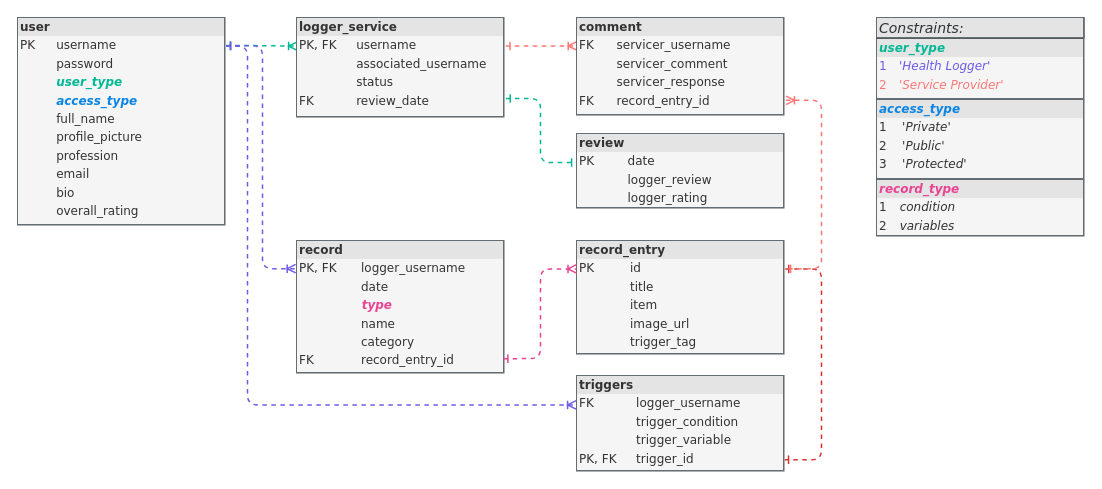
Before: diagrams/database/database_tables_relationships.drawio in mervin-njy/trigg-track-v2, a draw.io diagram. Source tidied: cells renumbered, new cells numbered last; positions are measured from the earlier drawing's top-left corner, leaving out a move shared by most shapes. Both pictures are drawn from the tidied source at 100%, with x=0, y=0 at pixel (17, 17).
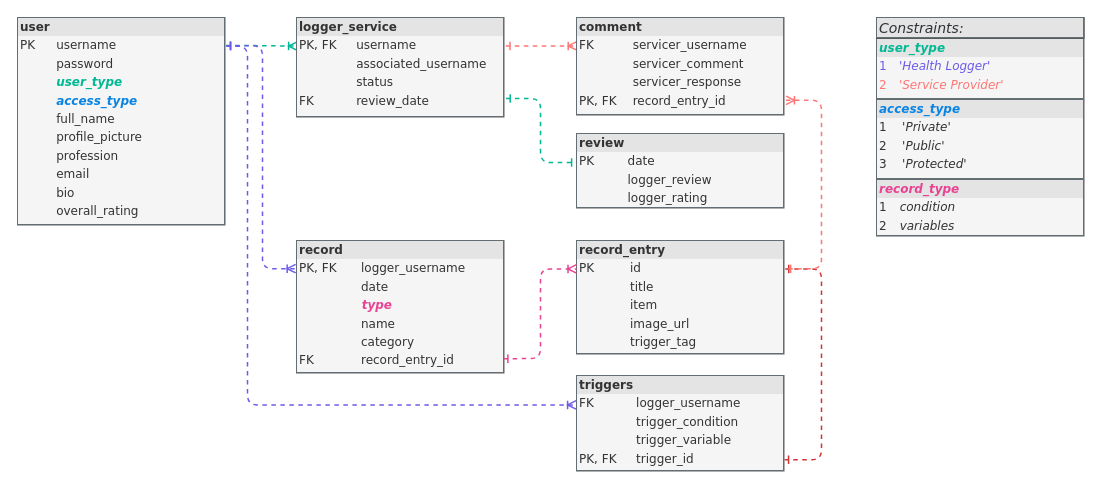
After the change.

Commit message (it also covers changes not shown here):
psql table creation: 6/7 done

The edit, as a diff of the source:
```diff
@@
-    <mxCell id="13" value="&lt;div style=&quot;box-sizing: border-box ; width: 100% ; background: #e4e4e4 ; padding: 2px&quot;&gt;&lt;b&gt;comment&lt;/b&gt;&lt;/div&gt;&lt;table style=&quot;width: 100% ; font-size: 1em&quot; cellpadding=&quot;2&quot; cellspacing=&quot;0&quot;&gt;&lt;tbody&gt;&lt;tr&gt;&lt;td&gt;FK&lt;/td&gt;&lt;td&gt;&amp;nbsp; &amp;nbsp;servicer_username&lt;/td&gt;&lt;/tr&gt;&lt;tr&gt;&lt;td&gt;&lt;br&gt;&lt;/td&gt;&lt;td&gt;&amp;nbsp; &amp;nbsp;servicer_comment&lt;/td&gt;&lt;/tr&gt;&lt;tr&gt;&lt;td&gt;&lt;br&gt;&lt;/td&gt;&lt;td&gt;&amp;nbsp; &amp;nbsp;servicer_response&lt;br&gt;&lt;/td&gt;&lt;/tr&gt;&lt;tr&gt;&lt;td&gt;FK&lt;/td&gt;&lt;td&gt;&amp;nbsp; &amp;nbsp;record_entry_id&lt;/td&gt;&lt;/tr&gt;&lt;/tbody&gt;&lt;/table&gt;" style="verticalAlign=top;align=left;overflow=fill;html=1;rounded=0;shadow=0;comic=0;labelBackgroundColor=none;strokeWidth=0.5;fontFamily=Verdana;fontSize=12;fillColor=#f5f5f5;strokeColor=#666666;fontColor=#333333;labelBorderColor=#636e72;" parent="1" vertex="1">
+    <mxCell id="13" value="&lt;div style=&quot;box-sizing: border-box ; width: 100% ; background: #e4e4e4 ; padding: 2px&quot;&gt;&lt;b&gt;comment&lt;/b&gt;&lt;/div&gt;&lt;table style=&quot;width: 100% ; font-size: 1em&quot; cellpadding=&quot;2&quot; cellspacing=&quot;0&quot;&gt;&lt;tbody&gt;&lt;tr&gt;&lt;td&gt;FK&lt;/td&gt;&lt;td&gt;servicer_username&lt;/td&gt;&lt;/tr&gt;&lt;tr&gt;&lt;td&gt;&lt;br&gt;&lt;/td&gt;&lt;td&gt;servicer_comment&lt;/td&gt;&lt;/tr&gt;&lt;tr&gt;&lt;td&gt;&lt;br&gt;&lt;/td&gt;&lt;td&gt;servicer_response&lt;br&gt;&lt;/td&gt;&lt;/tr&gt;&lt;tr&gt;&lt;td&gt;PK, FK&lt;/td&gt;&lt;td&gt;record_entry_id&lt;/td&gt;&lt;/tr&gt;&lt;/tbody&gt;&lt;/table&gt;" style="verticalAlign=top;align=left;overflow=fill;html=1;rounded=0;shadow=0;comic=0;labelBackgroundColor=none;strokeWidth=0.5;fontFamily=Verdana;fontSize=12;fillColor=#f5f5f5;strokeColor=#666666;fontColor=#333333;labelBorderColor=#636e72;" parent="1" vertex="1">
       <mxGeometry x="559" width="208" height="98" as="geometry" />
     </mxCell>
```
